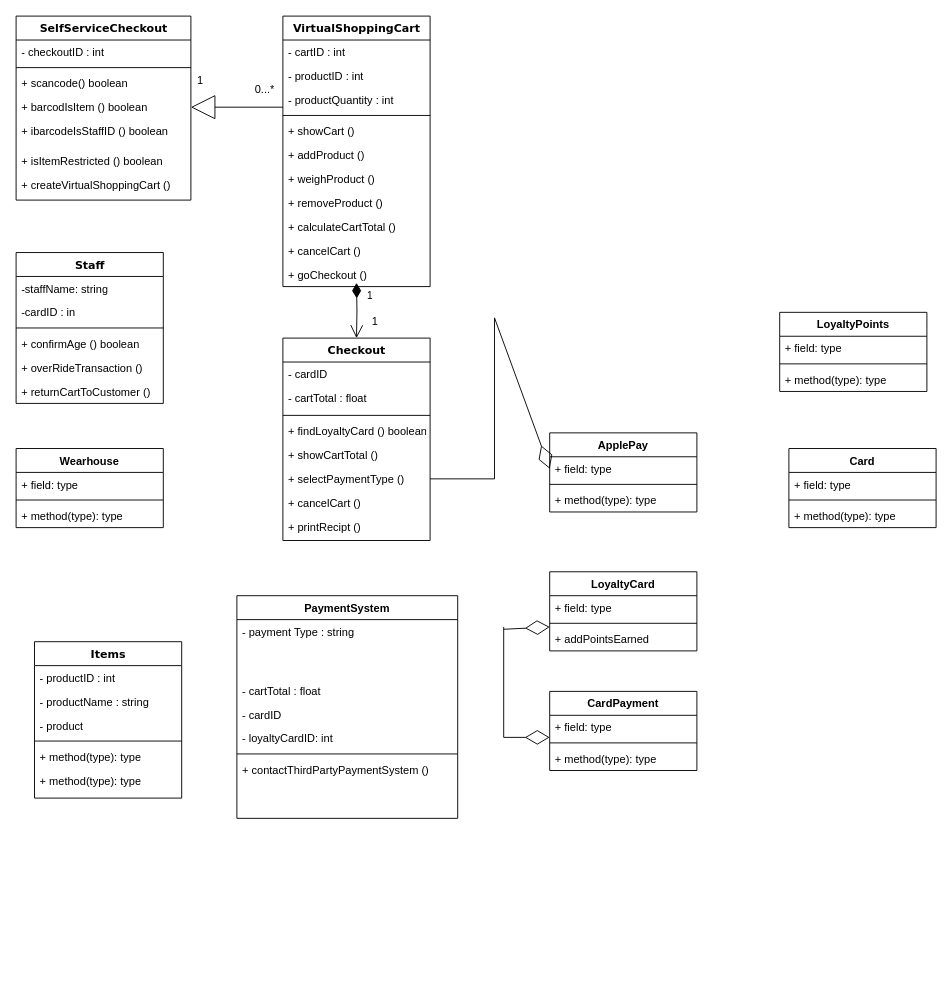
The draw.io diagram SystemDiagram.drawio in Richard-A-llen/Python, before the edit. Source tidied: cells renumbered, new cells numbered last; positions are measured from the earlier drawing's top-left corner, leaving out a move shared by most shapes. Both pictures are drawn from the tidied source at 92%, with x=0, y=0 at pixel (16, 16).
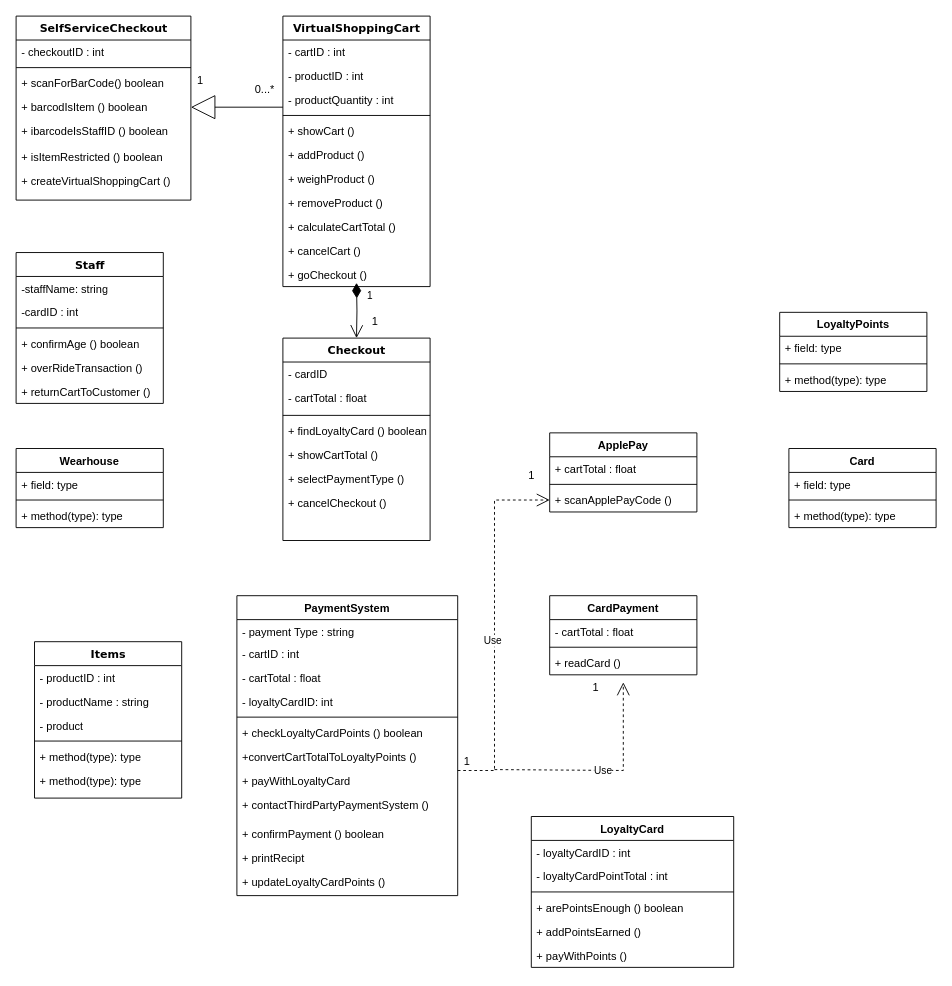
The same diagram, later.

Unchanged cells that the change refers to:
```xml
<mxCell id="2" value="SelfServiceCheckout" style="swimlane;html=1;fontStyle=1;align=center;verticalAlign=top;horizontal=1;startSize=26;swimlaneFillColor=#ffffff;rounded=0;shadow=0;comic=0;labelBackgroundColor=none;strokeWidth=1;fillColor=none;fontFamily=Verdana;fontSize=12;" parent="1" vertex="1">
  <mxGeometry width="190" height="200" as="geometry" />
</mxCell>
<mxCell id="22" value="Staff" style="swimlane;html=1;fontStyle=1;align=center;verticalAlign=top;horizontal=1;startSize=26;swimlaneFillColor=#ffffff;rounded=0;shadow=0;comic=0;labelBackgroundColor=none;strokeWidth=1;fillColor=none;fontFamily=Verdana;fontSize=12;" parent="1" vertex="1">
  <mxGeometry y="257" width="160" height="164" as="geometry" />
</mxCell>
<mxCell id="40" value="ApplePay" style="swimlane;fontStyle=1;align=center;verticalAlign=top;horizontal=1;startSize=26;" parent="1" vertex="1">
  <mxGeometry x="580" y="453" width="160" height="86" as="geometry" />
</mxCell>
<mxCell id="48" value="Checkout" style="swimlane;html=1;fontStyle=1;align=center;verticalAlign=top;horizontal=1;startSize=26;swimlaneFillColor=#ffffff;rounded=0;shadow=0;comic=0;labelBackgroundColor=none;strokeWidth=1;fillColor=none;fontFamily=Verdana;fontSize=12;" parent="1" vertex="1">
  <mxGeometry x="290" y="350" width="160" height="220" as="geometry" />
</mxCell>
<mxCell id="54" value="+ selectPaymentType ()" style="text;strokeColor=none;fillColor=none;align=left;verticalAlign=top;spacingLeft=4;spacingRight=4;overflow=hidden;points=[[0,0.5],[1,0.5]];portConstraint=eastwest;" parent="48" vertex="1">
  <mxGeometry y="140" width="160" height="26" as="geometry" />
</mxCell>
```

The edit, as a diff of the source:
```diff
@@
-    <mxCell id="5" value="+ scancode() boolean" style="text;html=1;strokeColor=none;fillColor=none;align=left;verticalAlign=top;spacingLeft=4;spacingRight=4;whiteSpace=wrap;overflow=hidden;" parent="2" vertex="1">
+    <mxCell id="5" value="+ scanForBarCode() boolean" style="text;html=1;strokeColor=none;fillColor=none;align=left;verticalAlign=top;spacingLeft=4;spacingRight=4;whiteSpace=wrap;overflow=hidden;" parent="2" vertex="1">
       <mxGeometry y="60" width="190" height="26" as="geometry" />
     </mxCell>
@@
     <mxCell id="7" value="+ ibarcodeIsStaffID () boolean" style="text;strokeColor=none;fillColor=none;align=left;verticalAlign=top;spacingLeft=4;spacingRight=4;overflow=hidden;" parent="2" vertex="1">
-      <mxGeometry y="112" width="190" height="32" as="geometry" />
+      <mxGeometry y="112" width="190" height="28" as="geometry" />
     </mxCell>
     <mxCell id="8" value="+ isItemRestricted () boolean " style="text;strokeColor=none;fillColor=none;align=left;verticalAlign=top;spacingLeft=4;spacingRight=4;overflow=hidden;" parent="2" vertex="1">
-      <mxGeometry y="144" width="190" height="26" as="geometry" />
+      <mxGeometry y="140" width="190" height="26" as="geometry" />
     </mxCell>
     <mxCell id="9" value="+ createVirtualShoppingCart ()" style="text;strokeColor=none;fillColor=none;align=left;verticalAlign=top;spacingLeft=4;spacingRight=4;overflow=hidden;" parent="2" vertex="1">
-      <mxGeometry y="170" width="190" height="26" as="geometry" />
+      <mxGeometry y="166" width="190" height="26" as="geometry" />
     </mxCell>
@@
-    <mxCell id="24" value="-cardID : in" style="text;html=1;strokeColor=none;fillColor=none;align=left;verticalAlign=top;spacingLeft=4;spacingRight=4;whiteSpace=wrap;overflow=hidden;" parent="22" vertex="1">
+    <mxCell id="24" value="-cardID : int" style="text;html=1;strokeColor=none;fillColor=none;align=left;verticalAlign=top;spacingLeft=4;spacingRight=4;whiteSpace=wrap;overflow=hidden;" parent="22" vertex="1">
       <mxGeometry y="52" width="160" height="26" as="geometry" />
     </mxCell>
@@
-    <mxCell id="41" value="+ field: type" style="text;strokeColor=none;fillColor=none;align=left;verticalAlign=top;spacingLeft=4;spacingRight=4;overflow=hidden;points=[[0,0.5],[1,0.5]];portConstraint=eastwest;" parent="40" vertex="1">
+    <mxCell id="41" value="+ cartTotal : float" style="text;strokeColor=none;fillColor=none;align=left;verticalAlign=top;spacingLeft=4;spacingRight=4;overflow=hidden;points=[[0,0.5],[1,0.5]];portConstraint=eastwest;" parent="40" vertex="1">
       <mxGeometry y="26" width="160" height="26" as="geometry" />
     </mxCell>
@@
-    <mxCell id="43" value="+ method(type): type" style="text;strokeColor=none;fillColor=none;align=left;verticalAlign=top;spacingLeft=4;spacingRight=4;overflow=hidden;points=[[0,0.5],[1,0.5]];portConstraint=eastwest;" parent="40" vertex="1">
+    <mxCell id="43" value="+ scanApplePayCode ()" style="text;strokeColor=none;fillColor=none;align=left;verticalAlign=top;spacingLeft=4;spacingRight=4;overflow=hidden;points=[[0,0.5],[1,0.5]];portConstraint=eastwest;" parent="40" vertex="1">
       <mxGeometry y="60" width="160" height="26" as="geometry" />
     </mxCell>
@@
-    <mxCell id="55" value="+ cancelCart ()" style="text;strokeColor=none;fillColor=none;align=left;verticalAlign=top;spacingLeft=4;spacingRight=4;overflow=hidden;" parent="48" vertex="1">
+    <mxCell id="55" value="+ cancelCheckout ()" style="text;strokeColor=none;fillColor=none;align=left;verticalAlign=top;spacingLeft=4;spacingRight=4;overflow=hidden;" parent="48" vertex="1">
       <mxGeometry y="166" width="160" height="26" as="geometry" />
     </mxCell>
-    <mxCell id="56" value="+ printRecipt ()" style="text;html=1;strokeColor=none;fillColor=none;align=left;verticalAlign=top;spacingLeft=4;spacingRight=4;whiteSpace=wrap;overflow=hidden;" parent="48" vertex="1">
-      <mxGeometry y="192" width="160" height="26" as="geometry" />
-    </mxCell>
@@
     <mxCell id="66" value="LoyaltyCard" style="swimlane;fontStyle=1;align=center;verticalAlign=top;horizontal=1;startSize=26;" parent="1" vertex="1">
-      <mxGeometry x="580" y="604" width="160" height="86" as="geometry" />
+      <mxGeometry x="560" y="870" width="220" height="164" as="geometry" />
     </mxCell>
-    <mxCell id="67" value="+ field: type" style="text;strokeColor=none;fillColor=none;align=left;verticalAlign=top;spacingLeft=4;spacingRight=4;overflow=hidden;" parent="66" vertex="1">
-      <mxGeometry y="26" width="160" height="26" as="geometry" />
+    <mxCell id="67" value="- loyaltyCardID : int" style="text;strokeColor=none;fillColor=none;align=left;verticalAlign=top;spacingLeft=4;spacingRight=4;overflow=hidden;" parent="66" vertex="1">
+      <mxGeometry y="26" width="220" height="26" as="geometry" />
     </mxCell>
+    <mxCell id="84" value="- loyaltyCardPointTotal : int" style="text;strokeColor=none;fillColor=none;align=left;verticalAlign=top;spacingLeft=4;spacingRight=4;overflow=hidden;" parent="66" vertex="1">
+      <mxGeometry y="52" width="220" height="26" as="geometry" />
+    </mxCell>
     <mxCell id="68" style="line;strokeWidth=1;fillColor=none;align=left;verticalAlign=middle;spacingTop=-1;spacingLeft=3;spacingRight=3;labelPosition=right;" parent="66" vertex="1">
-      <mxGeometry y="52" width="160" height="8" as="geometry" />
+      <mxGeometry y="78" width="220" height="8" as="geometry" />
     </mxCell>
+    <mxCell id="85" value="+ arePointsEnough () boolean" style="text;strokeColor=none;fillColor=none;align=left;verticalAlign=top;spacingLeft=4;spacingRight=4;overflow=hidden;" parent="66" vertex="1">
+      <mxGeometry y="86" width="220" height="26" as="geometry" />
+    </mxCell>
-    <mxCell id="69" value="+ addPointsEarned" style="text;strokeColor=none;fillColor=none;align=left;verticalAlign=top;spacingLeft=4;spacingRight=4;overflow=hidden;" parent="66" vertex="1">
-      <mxGeometry y="60" width="160" height="26" as="geometry" />
+    <mxCell id="69" value="+ addPointsEarned ()" style="text;strokeColor=none;fillColor=none;align=left;verticalAlign=top;spacingLeft=4;spacingRight=4;overflow=hidden;" parent="66" vertex="1">
+      <mxGeometry y="112" width="220" height="26" as="geometry" />
     </mxCell>
+    <mxCell id="86" value="+ payWithPoints ()" style="text;strokeColor=none;fillColor=none;align=left;verticalAlign=top;spacingLeft=4;spacingRight=4;overflow=hidden;" parent="66" vertex="1">
+      <mxGeometry y="138" width="220" height="26" as="geometry" />
+    </mxCell>
     <mxCell id="70" value="CardPayment" style="swimlane;fontStyle=1;align=center;verticalAlign=top;horizontal=1;startSize=26;" parent="1" vertex="1">
-      <mxGeometry x="580" y="734" width="160" height="86" as="geometry" />
+      <mxGeometry x="580" y="630" width="160" height="86" as="geometry" />
     </mxCell>
-    <mxCell id="71" value="+ field: type" style="text;strokeColor=none;fillColor=none;align=left;verticalAlign=top;spacingLeft=4;spacingRight=4;overflow=hidden;" parent="70" vertex="1">
+    <mxCell id="71" value="- cartTotal : float" style="text;strokeColor=none;fillColor=none;align=left;verticalAlign=top;spacingLeft=4;spacingRight=4;overflow=hidden;" parent="70" vertex="1">
       <mxGeometry y="26" width="160" height="26" as="geometry" />
     </mxCell>
@@
-    <mxCell id="73" value="+ method(type): type" style="text;strokeColor=none;fillColor=none;align=left;verticalAlign=top;spacingLeft=4;spacingRight=4;overflow=hidden;points=[[0,0.5],[1,0.5]];portConstraint=eastwest;" parent="70" vertex="1">
+    <mxCell id="73" value="+ readCard ()" style="text;strokeColor=none;fillColor=none;align=left;verticalAlign=top;spacingLeft=4;spacingRight=4;overflow=hidden;points=[[0,0.5],[1,0.5]];portConstraint=eastwest;" parent="70" vertex="1">
       <mxGeometry y="60" width="160" height="26" as="geometry" />
     </mxCell>
-    <mxCell id="74" style="endArrow=diamondThin;endFill=0;endSize=24;html=1;rounded=0;targetPerimeterSpacing=0;entryX=0;entryY=0.5;entryDx=0;entryDy=0;exitX=1;exitY=0.5;exitDx=0;exitDy=0;" parent="1" edge="1" source="54" target="41">
-      <mxGeometry relative="1" as="geometry">
-        <Array as="points">
-          <mxPoint x="520" y="503" />
-          <mxPoint x="520" y="328" />
-        </Array>
-      </mxGeometry>
-    </mxCell>
-    <mxCell id="75" style="endArrow=diamondThin;endFill=0;endSize=24;html=1;rounded=0;targetPerimeterSpacing=0;" parent="1" edge="1">
-      <mxGeometry relative="1" as="geometry">
-        <mxPoint x="530" y="666.5" as="sourcePoint" />
-        <mxPoint x="580" y="664" as="targetPoint" />
-      </mxGeometry>
-    </mxCell>
-    <mxCell id="76" style="endArrow=diamondThin;endFill=0;endSize=24;html=1;rounded=0;targetPerimeterSpacing=0;" parent="1" edge="1">
-      <mxGeometry relative="1" as="geometry">
-        <mxPoint x="530" y="664" as="sourcePoint" />
-        <mxPoint x="580" y="784" as="targetPoint" />
-        <Array as="points">
-          <mxPoint x="530" y="784" />
-        </Array>
-      </mxGeometry>
-    </mxCell>
     <mxCell id="77" value="PaymentSystem" style="swimlane;fontStyle=1;align=center;verticalAlign=top;horizontal=1;startSize=26;" parent="1" vertex="1">
-      <mxGeometry x="240" y="630" width="240" height="242" as="geometry" />
+      <mxGeometry x="240" y="630" width="240" height="326" as="geometry" />
     </mxCell>
     <mxCell id="78" value="- payment Type : string" style="text;strokeColor=none;fillColor=none;align=left;verticalAlign=top;spacingLeft=4;spacingRight=4;overflow=hidden;" parent="77" vertex="1">
-      <mxGeometry y="26" width="240" height="64" as="geometry" />
+      <mxGeometry y="26" width="240" height="24" as="geometry" />
     </mxCell>
+    <mxCell id="80" value="- cartID : int" style="text;strokeColor=none;fillColor=none;align=left;verticalAlign=top;spacingLeft=4;spacingRight=4;overflow=hidden;" parent="77" vertex="1">
+      <mxGeometry y="50" width="240" height="26" as="geometry" />
+    </mxCell>
     <mxCell id="79" value="- cartTotal : float" style="text;strokeColor=none;fillColor=none;align=left;verticalAlign=top;spacingLeft=4;spacingRight=4;overflow=hidden;" parent="77" vertex="1">
-      <mxGeometry y="90" width="240" height="26" as="geometry" />
+      <mxGeometry y="76" width="240" height="26" as="geometry" />
     </mxCell>
-    <mxCell id="80" value="- cardID" style="text;strokeColor=none;fillColor=none;align=left;verticalAlign=top;spacingLeft=4;spacingRight=4;overflow=hidden;" parent="77" vertex="1">
-      <mxGeometry y="116" width="240" height="26" as="geometry" />
-    </mxCell>
     <mxCell id="81" value="- loyaltyCardID: int" style="text;strokeColor=none;fillColor=none;align=left;verticalAlign=top;spacingLeft=4;spacingRight=4;overflow=hidden;" parent="77" vertex="1">
-      <mxGeometry y="142" width="240" height="26" as="geometry" />
+      <mxGeometry y="102" width="240" height="26" as="geometry" />
     </mxCell>
     <mxCell id="82" style="line;strokeWidth=1;fillColor=none;align=left;verticalAlign=middle;spacingTop=-1;spacingLeft=3;spacingRight=3;labelPosition=right;" parent="77" vertex="1">
-      <mxGeometry y="168" width="240" height="8" as="geometry" />
+      <mxGeometry y="128" width="240" height="8" as="geometry" />
     </mxCell>
+    <mxCell id="87" value="+ checkLoyaltyCardPoints () boolean" style="text;strokeColor=none;fillColor=none;align=left;verticalAlign=top;spacingLeft=4;spacingRight=4;overflow=hidden;" parent="77" vertex="1">
+      <mxGeometry y="136" width="240" height="26" as="geometry" />
+    </mxCell>
+    <mxCell id="88" value="+convertCartTotalToLoyaltyPoints ()" style="text;strokeColor=none;fillColor=none;align=left;verticalAlign=top;spacingLeft=4;spacingRight=4;overflow=hidden;" parent="77" vertex="1">
+      <mxGeometry y="162" width="240" height="26" as="geometry" />
+    </mxCell>
+    <mxCell id="89" value="+ payWithLoyaltyCard" style="text;strokeColor=none;fillColor=none;align=left;verticalAlign=top;spacingLeft=4;spacingRight=4;overflow=hidden;" parent="77" vertex="1">
+      <mxGeometry y="188" width="240" height="26" as="geometry" />
+    </mxCell>
     <mxCell id="83" value="+ contactThirdPartyPaymentSystem ()" style="text;strokeColor=none;fillColor=none;align=left;verticalAlign=top;spacingLeft=4;spacingRight=4;overflow=hidden;" parent="77" vertex="1">
-      <mxGeometry y="176" width="240" height="66" as="geometry" />
+      <mxGeometry y="214" width="240" height="32" as="geometry" />
     </mxCell>
+    <mxCell id="90" value="+ confirmPayment () boolean" style="text;strokeColor=none;fillColor=none;align=left;verticalAlign=top;spacingLeft=4;spacingRight=4;overflow=hidden;" parent="77" vertex="1">
+      <mxGeometry y="246" width="240" height="26" as="geometry" />
+    </mxCell>
+    <mxCell id="91" value="+ printRecipt" style="text;strokeColor=none;fillColor=none;align=left;verticalAlign=top;spacingLeft=4;spacingRight=4;overflow=hidden;" parent="77" vertex="1">
+      <mxGeometry y="272" width="240" height="26" as="geometry" />
+    </mxCell>
+    <mxCell id="92" value="+ updateLoyaltyCardPoints ()" style="text;strokeColor=none;fillColor=none;align=left;verticalAlign=top;spacingLeft=4;spacingRight=4;overflow=hidden;" parent="77" vertex="1">
+      <mxGeometry y="298" width="240" height="28" as="geometry" />
+    </mxCell>
+    <mxCell id="93" value="Use" style="endArrow=open;endSize=12;dashed=1;html=1;rounded=0;targetPerimeterSpacing=0;entryX=0;entryY=0.5;entryDx=0;entryDy=0;" parent="1" edge="1" target="43">
+      <mxGeometry x="-0.08" y="2" relative="1" as="geometry">
+        <mxPoint x="480" y="820" as="sourcePoint" />
+        <Array as="points">
+          <mxPoint x="520" y="820" />
+          <mxPoint x="520" y="526" />
+        </Array>
+      </mxGeometry>
+    </mxCell>
+    <mxCell id="94" value="Use" style="endArrow=open;endSize=12;dashed=1;html=1;rounded=0;targetPerimeterSpacing=0;entryX=0.5;entryY=1.315;entryDx=0;entryDy=0;entryPerimeter=0;" parent="1" edge="1" target="73">
+      <mxGeometry relative="1" as="geometry">
+        <mxPoint x="520" y="819" as="sourcePoint" />
+        <Array as="points">
+          <mxPoint x="660" y="820" />
+        </Array>
+      </mxGeometry>
+    </mxCell>
+    <mxCell id="95" value="1" style="text;html=1;align=center;verticalAlign=middle;strokeColor=none;fillColor=none;" parent="1" vertex="1">
+      <mxGeometry x="480" y="800" width="20" height="20" as="geometry" />
+    </mxCell>
+    <mxCell id="96" value="1" style="text;html=1;align=center;verticalAlign=middle;strokeColor=none;fillColor=none;" parent="1" vertex="1">
+      <mxGeometry x="620" y="720" width="20" height="20" as="geometry" />
+    </mxCell>
+    <mxCell id="97" value="1" style="text;html=1;align=center;verticalAlign=middle;strokeColor=none;fillColor=none;" parent="1" vertex="1">
+      <mxGeometry x="550" y="490" width="20" height="20" as="geometry" />
+    </mxCell>
```
